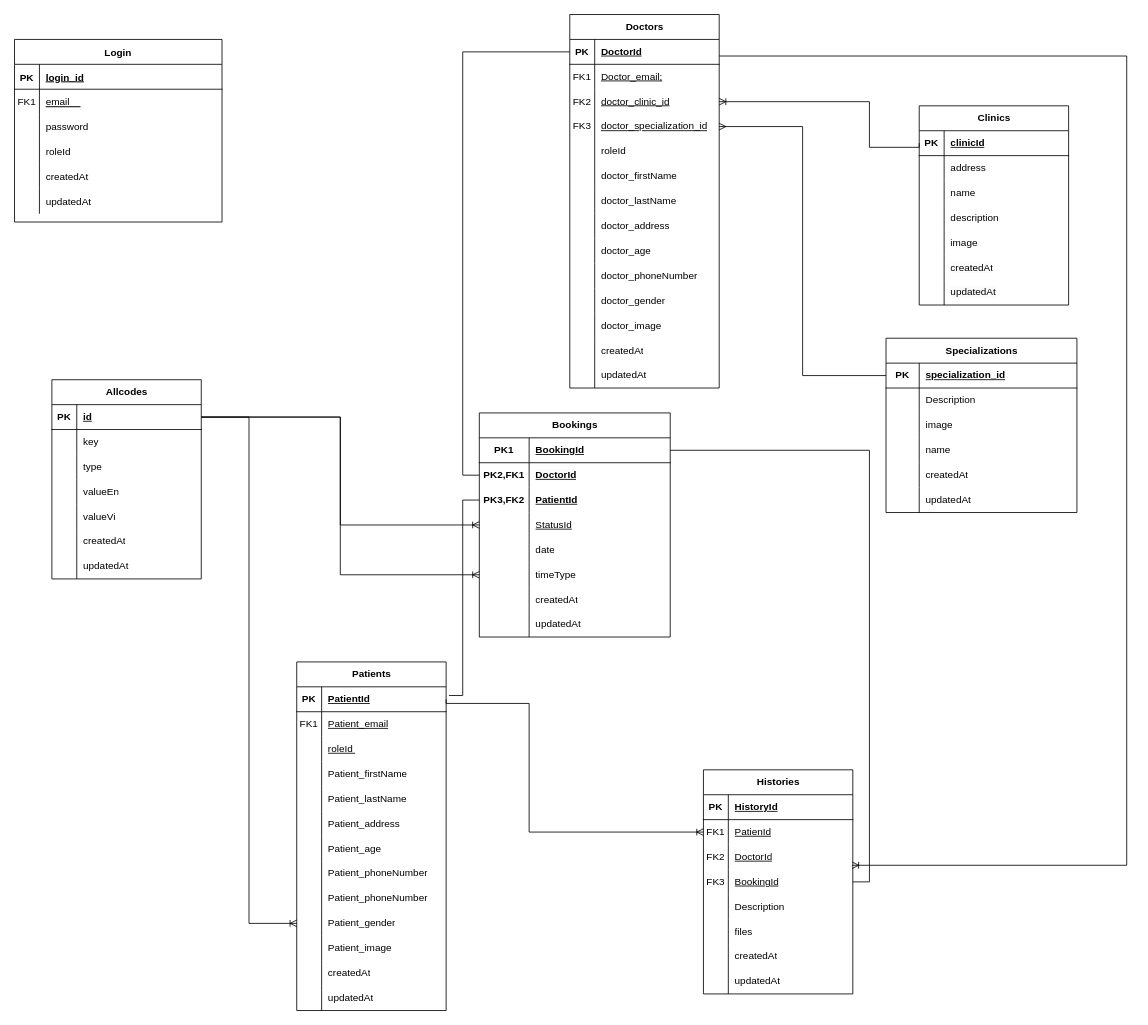
This is Qlypk.drawio from Kkrommm24/Project_SQLSERVER, a draw.io file, before an edit. Source tidied: cells renumbered, new cells numbered last; positions are measured from the earlier drawing's top-left corner, leaving out a move shared by most shapes. Both pictures are drawn from the tidied source at 83%, with x=0, y=0 at pixel (14, 14).
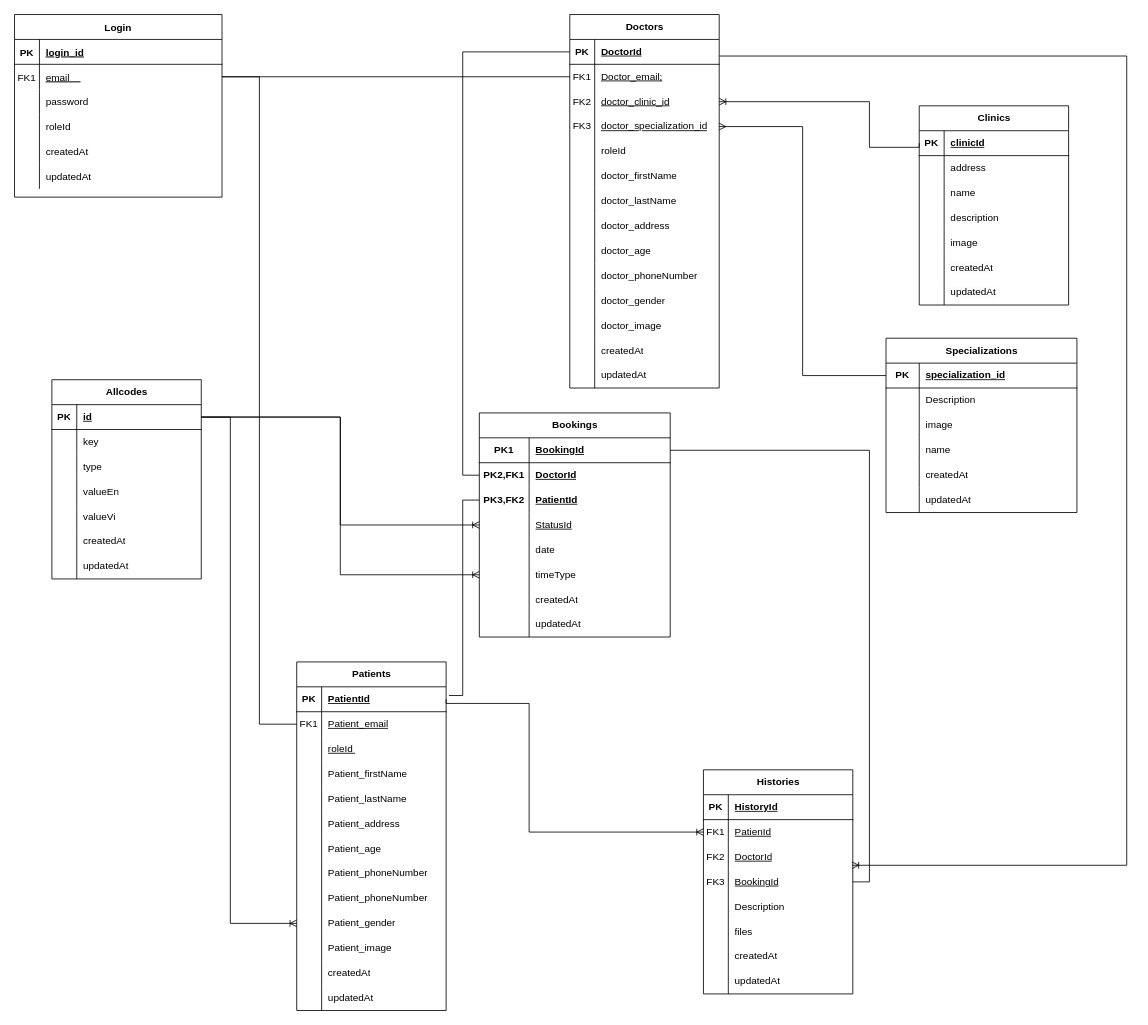
The same page after the edit.

Unchanged cells that the change refers to:
```xml
<mxCell id="6" style="shape=partialRectangle;fillColor=none;points=[[0,0.5],[1,0.5]];portConstraint=eastwest;top=0;left=0;right=0;bottom=0;" parent="2" vertex="1">
  <mxGeometry y="60" width="250" height="30" as="geometry" />
</mxCell>
<mxCell id="91" style="shape=tableRow;horizontal=0;startSize=0;swimlaneHead=0;swimlaneBody=0;fillColor=none;points=[[0,0.5],[1,0.5]];portConstraint=eastwest;top=0;left=0;right=0;bottom=0;" parent="87" vertex="1">
  <mxGeometry y="60" width="180" height="30" as="geometry" />
</mxCell>
<mxCell id="134" style="shape=tableRow;horizontal=0;startSize=0;swimlaneHead=0;swimlaneBody=0;fillColor=none;points=[[0,0.5],[1,0.5]];portConstraint=eastwest;top=0;left=0;right=0;bottom=0;" parent="130" vertex="1">
  <mxGeometry y="60" width="180" height="30" as="geometry" />
</mxCell>
<mxCell id="158" style="shape=tableRow;horizontal=0;startSize=0;swimlaneHead=0;swimlaneBody=0;fillColor=none;points=[[0,0.5],[1,0.5]];portConstraint=eastwest;top=0;left=0;right=0;bottom=0;" parent="130" vertex="1">
  <mxGeometry y="300" width="180" height="30" as="geometry" />
</mxCell>
<mxCell id="204" style="shape=tableRow;horizontal=0;startSize=0;swimlaneHead=0;swimlaneBody=0;fillColor=none;points=[[0,0.5],[1,0.5]];portConstraint=eastwest;top=0;left=0;right=0;bottom=1;" parent="203" vertex="1">
  <mxGeometry y="30" width="180" height="30" as="geometry" />
</mxCell>
```

Diff of the diagram source:
```diff
@@
     <mxCell id="2" value="Login" style="shape=table;startSize=30;childLayout=tableLayout;rowLines=0;fontStyle=1;align=center;" parent="1" vertex="1">
-      <mxGeometry y="30" width="250" height="220" as="geometry" />
+      <mxGeometry width="250" height="220" as="geometry" />
     </mxCell>
@@
     <mxCell id="226" style="edgeStyle=orthogonalEdgeStyle;rounded=0;jettySize=auto;html=1;exitX=1;exitY=0.5;exitDx=0;exitDy=0;entryX=0;entryY=0.5;entryDx=0;entryDy=0;endArrow=ERoneToMany;endFill=0;" parent="1" edge="1" source="204" target="158">
-      <mxGeometry relative="1" as="geometry" />
+      <mxGeometry relative="1" as="geometry">
+        <Array as="points">
+          <mxPoint x="260" y="485" />
+          <mxPoint x="260" y="1095" />
+        </Array>
+      </mxGeometry>
     </mxCell>
@@
+    <mxCell id="228" style="edgeStyle=orthogonalEdgeStyle;rounded=0;jettySize=auto;html=1;exitX=0;exitY=0.5;exitDx=0;exitDy=0;entryX=1;entryY=0.5;entryDx=0;entryDy=0;endArrow=none;endFill=0;" parent="1" edge="1" source="91" target="6">
+      <mxGeometry relative="1" as="geometry" />
+    </mxCell>
+    <mxCell id="229" style="edgeStyle=orthogonalEdgeStyle;rounded=0;jettySize=auto;html=1;exitX=1;exitY=0.5;exitDx=0;exitDy=0;entryX=0;entryY=0.5;entryDx=0;entryDy=0;endArrow=none;endFill=0;" parent="1" edge="1" source="6" target="134">
+      <mxGeometry relative="1" as="geometry" />
+    </mxCell>
```
